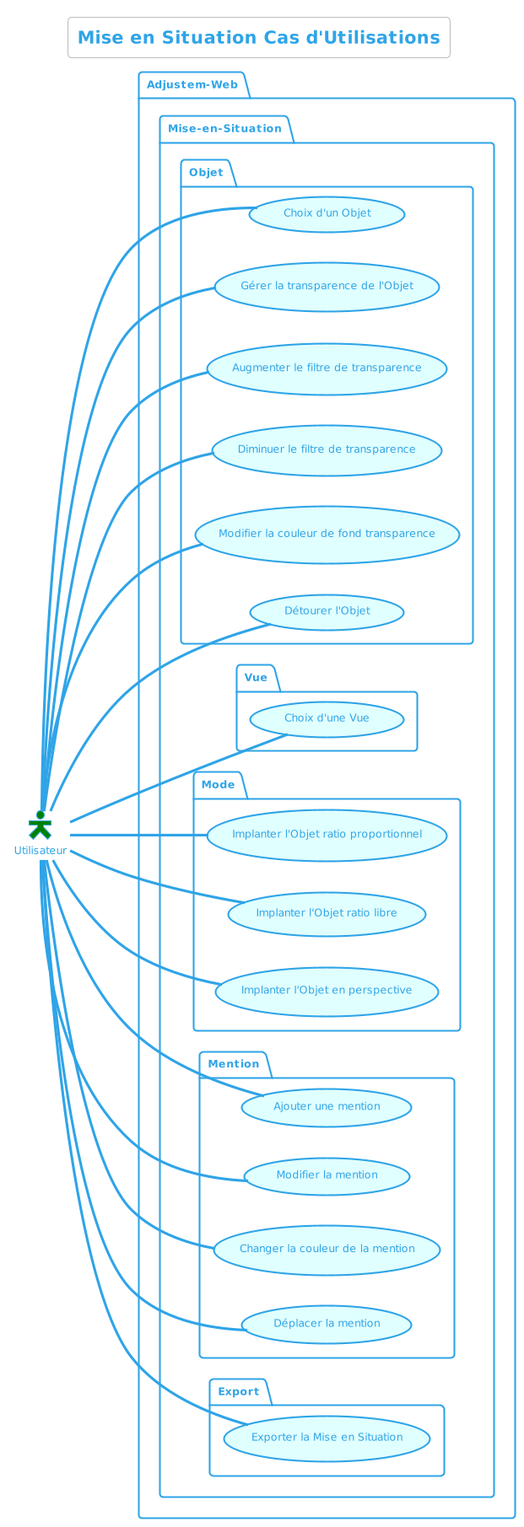
Above: 1_Mise en Situation Cas d'Utilisations Final.png in RegameyManuel/Rapport_Adjustem (PlantUML), before the change. Its diagram source:
```plantuml
@startuml
!theme cerulean-outline
skinparam actorStyle hollow
left to right direction
title Mise en Situation Cas d'Utilisations

:Utilisateur: as u #green

package Adjustem-Web {
    package Mise-en-Situation {
        package Objet {
            usecase "Choix d'un Objet" as UC1 #LightCyan
            usecase "Gérer la transparence de l'Objet" as UC2 #LightCyan
            usecase "Augmenter le filtre de transparence" as UC3 #LightCyan
            usecase "Diminuer le filtre de transparence" as UC4 #LightCyan
            usecase "Modifier la couleur de fond transparence" as UC5 #LightCyan
            usecase "Détourer l'Objet" as UC6 #LightCyan
        }
        package Vue {
            usecase "Choix d'une Vue" as UC7 #LightCyan
        }
        package Mode {
            usecase "Implanter l'Objet ratio proportionnel" as UC8 #LightCyan
            usecase "Implanter l'Objet ratio libre" as UC9 #LightCyan
            usecase "Implanter l'Objet en perspective" as UC10 #LightCyan
        }
        package Mention {
            usecase "Ajouter une mention" as UC11 #LightCyan
            usecase "Modifier la mention" as UC12 #LightCyan
            usecase "Changer la couleur de la mention" as UC13 #LightCyan
            usecase "Déplacer la mention" as UC14 #LightCyan
        }
        package Export {
            usecase "Exporter la Mise en Situation" as UC15 #LightCyan
        }
    }
}

u --- UC1
u --- UC2
u --- UC3
u --- UC4
u --- UC5
u --- UC6
u --- UC7
u --- UC8
u --- UC9
u --- UC10
u --- UC11
u --- UC12
u --- UC13
u --- UC14
u --- UC15
@enduml
```
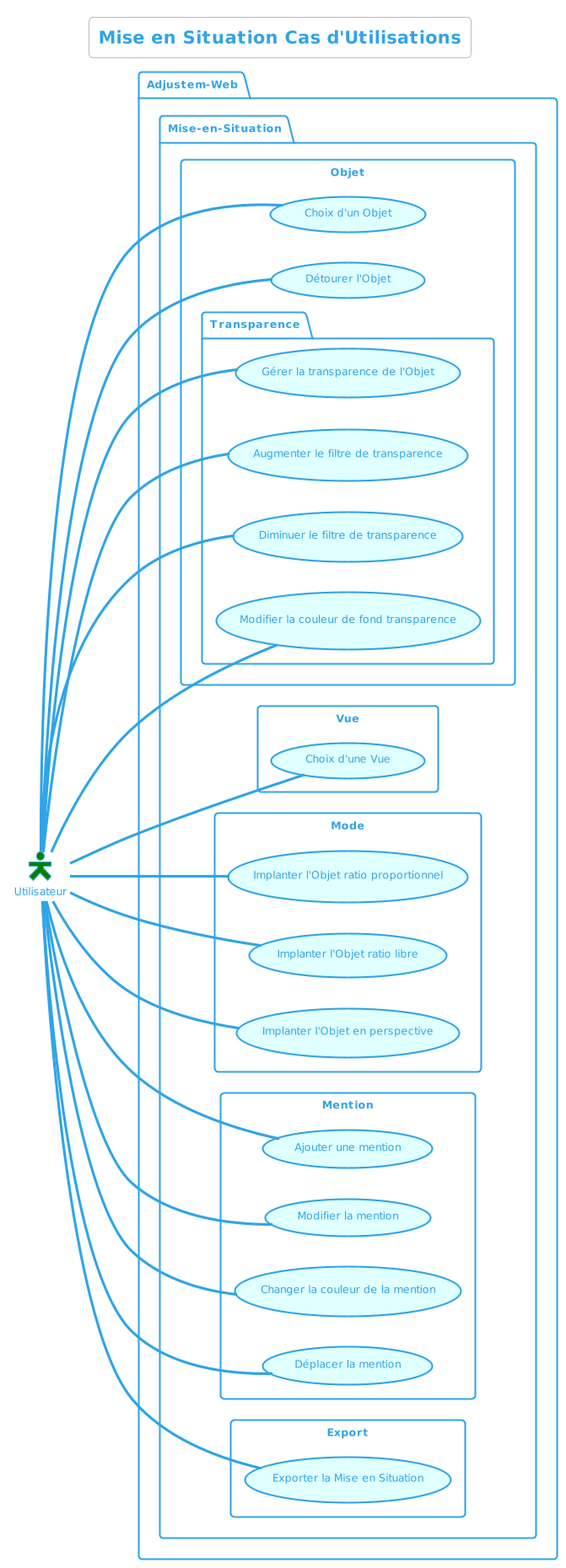
The same file after the commit.

Change to the diagram source:
```diff
@@ -8,29 +8,33 @@
 
 package Adjustem-Web {
     package Mise-en-Situation {
-        package Objet {
+        rectangle Objet {
             usecase "Choix d'un Objet" as UC1 #LightCyan
-            usecase "Gérer la transparence de l'Objet" as UC2 #LightCyan
-            usecase "Augmenter le filtre de transparence" as UC3 #LightCyan
-            usecase "Diminuer le filtre de transparence" as UC4 #LightCyan
-            usecase "Modifier la couleur de fond transparence" as UC5 #LightCyan
+
+            package Transparence {
+                usecase "Gérer la transparence de l'Objet" as UC2 #LightCyan
+                usecase "Augmenter le filtre de transparence" as UC3 #LightCyan
+                usecase "Diminuer le filtre de transparence" as UC4 #LightCyan
+                usecase "Modifier la couleur de fond transparence" as UC5 #LightCyan
+            }
+
             usecase "Détourer l'Objet" as UC6 #LightCyan
         }
-        package Vue {
+        rectangle Vue {
             usecase "Choix d'une Vue" as UC7 #LightCyan
         }
-        package Mode {
+        rectangle Mode {
             usecase "Implanter l'Objet ratio proportionnel" as UC8 #LightCyan
             usecase "Implanter l'Objet ratio libre" as UC9 #LightCyan
             usecase "Implanter l'Objet en perspective" as UC10 #LightCyan
         }
-        package Mention {
+        rectangle Mention {
             usecase "Ajouter une mention" as UC11 #LightCyan
             usecase "Modifier la mention" as UC12 #LightCyan
             usecase "Changer la couleur de la mention" as UC13 #LightCyan
             usecase "Déplacer la mention" as UC14 #LightCyan
         }
-        package Export {
+        rectangle Export {
             usecase "Exporter la Mise en Situation" as UC15 #LightCyan
         }
     }
```
